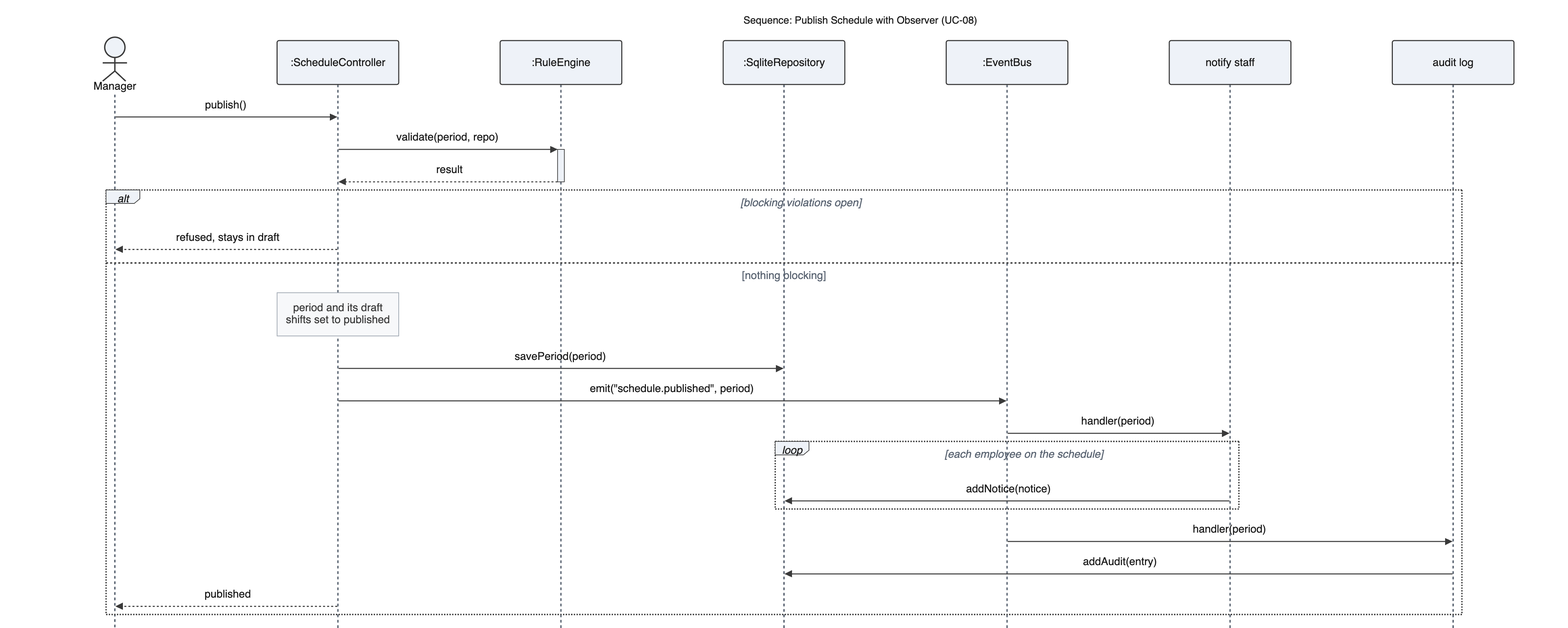
perfettiful/ShiftChex keeps this Mermaid diagram as diagrams/images/interactions/sd_publish.png. Above is the earlier version. Its source is kept beside it as diagrams/mmd/interactions/sd_publish.mmd.
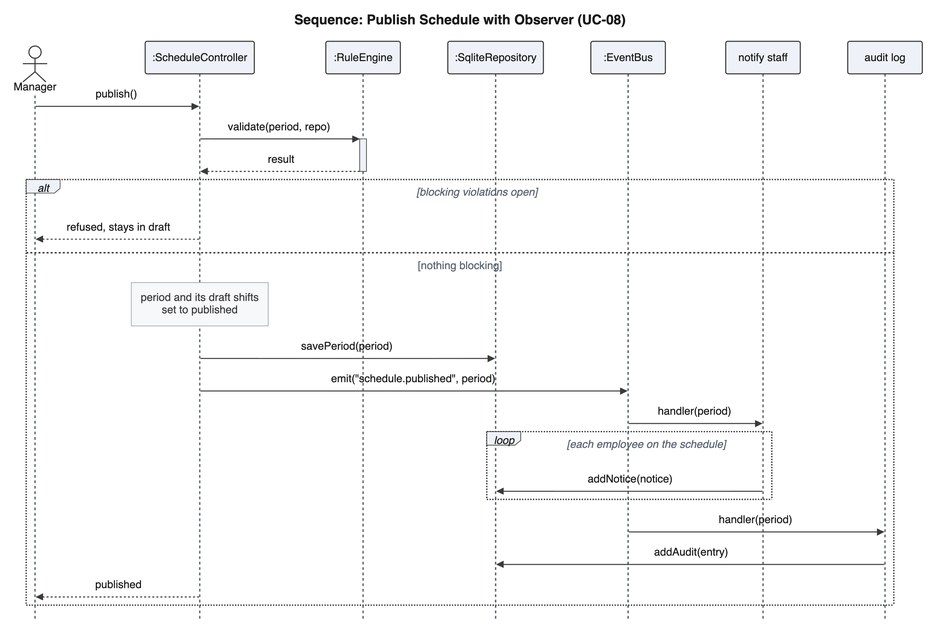
Above is the later version.

The edit, as a diff of the source:
```diff
@@ -15,7 +15,7 @@
     alt blocking violations open
         SC-->>Manager: refused, stays in draft
     else nothing blocking
-        Note over SC: period and its draft shifts set to published
+        Note over SC: period and its draft shifts<br/>set to published
         SC->>Repo: savePeriod(period)
         SC->>Bus: emit("schedule.published", period)
         Bus->>N: handler(period)
```
